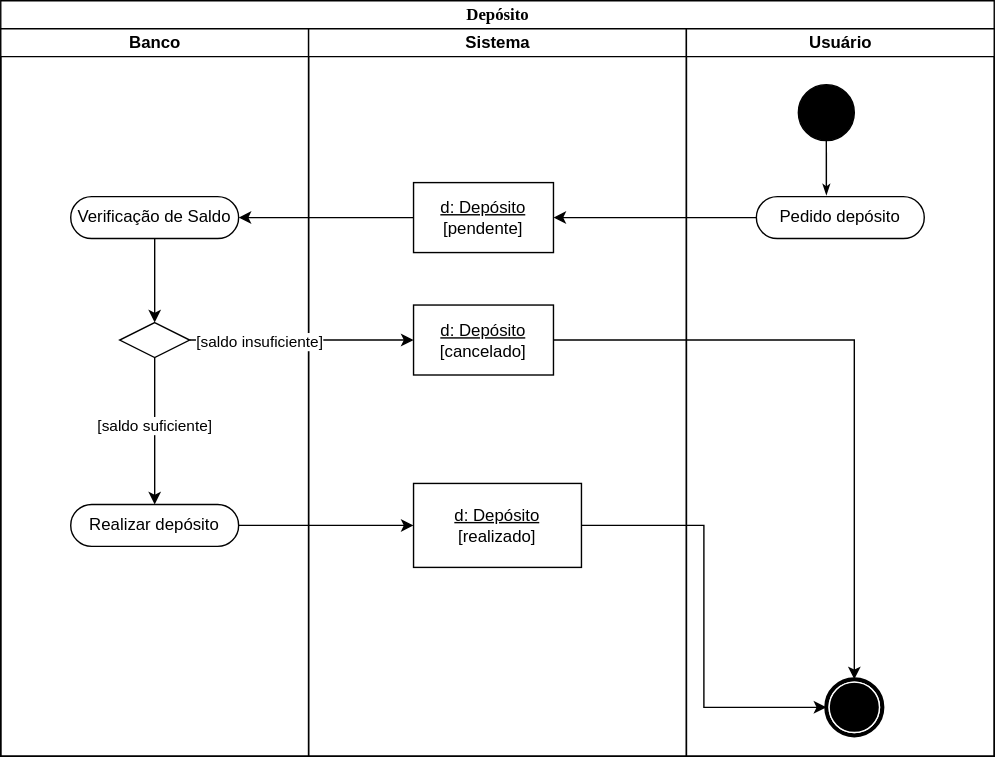
Before: Atividades/Atividade_3.svg, a diagram exported from draw.io (JesCat16/Projeto01_Modelagem_De_Software). Source tidied: cells renumbered, new cells last; positions are measured from the earlier drawing's top-left corner, leaving out a move shared by most shapes.
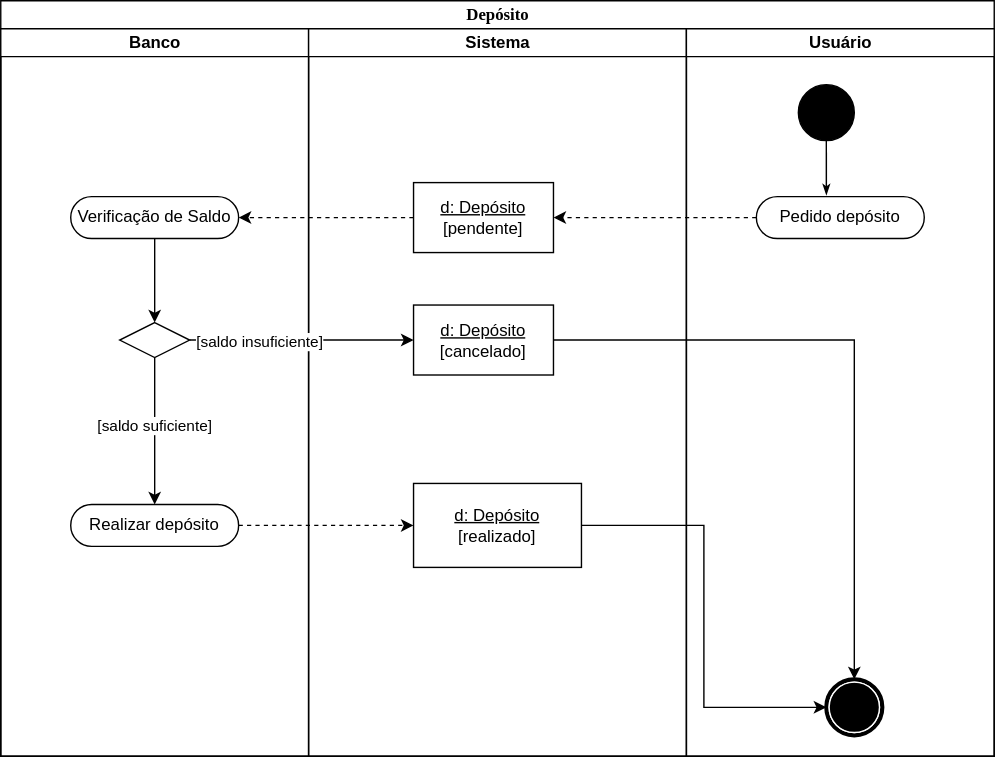
The same diagram one commit later.

Diff of the diagram source:
```diff
@@ -55,10 +55,10 @@
     <mxCell id="18" value="&lt;span style=&quot;font-weight: 400;&quot;&gt;Pedido depósito&lt;/span&gt;" style="html=1;shape=mxgraph.sysml.cont;fontStyle=1;whiteSpace=wrap;align=center;" parent="14" vertex="1">
       <mxGeometry x="50" y="120" width="120" height="30" as="geometry" />
     </mxCell>
-    <mxCell id="19" style="edgeStyle=orthogonalEdgeStyle;rounded=0;jettySize=auto;html=1;exitX=0;exitY=0.5;exitDx=0;exitDy=0;exitPerimeter=0;" parent="2" edge="1" source="18" target="11">
+    <mxCell id="19" style="edgeStyle=orthogonalEdgeStyle;rounded=0;jettySize=auto;html=1;exitX=0;exitY=0.5;exitDx=0;exitDy=0;exitPerimeter=0;dashed=1;" parent="2" edge="1" source="18" target="11">
       <mxGeometry relative="1" as="geometry" />
     </mxCell>
-    <mxCell id="20" style="edgeStyle=orthogonalEdgeStyle;rounded=0;jettySize=auto;html=1;exitX=0;exitY=0.5;exitDx=0;exitDy=0;entryX=1;entryY=0.5;entryDx=0;entryDy=0;entryPerimeter=0;" parent="2" edge="1" source="11" target="5">
+    <mxCell id="20" style="edgeStyle=orthogonalEdgeStyle;rounded=0;jettySize=auto;html=1;exitX=0;exitY=0.5;exitDx=0;exitDy=0;entryX=1;entryY=0.5;entryDx=0;entryDy=0;entryPerimeter=0;dashed=1;" parent="2" edge="1" source="11" target="5">
       <mxGeometry relative="1" as="geometry" />
     </mxCell>
     <mxCell id="21" style="edgeStyle=orthogonalEdgeStyle;rounded=0;jettySize=auto;html=1;exitX=1;exitY=0.5;exitDx=0;exitDy=0;" parent="2" edge="1" source="8" target="12">
@@ -72,7 +72,7 @@
     <mxCell id="23" style="edgeStyle=orthogonalEdgeStyle;rounded=0;jettySize=auto;html=1;entryX=0.5;entryY=0;entryDx=0;entryDy=0;" parent="2" edge="1" source="12" target="17">
       <mxGeometry relative="1" as="geometry" />
     </mxCell>
-    <mxCell id="24" style="edgeStyle=orthogonalEdgeStyle;rounded=0;jettySize=auto;html=1;" parent="2" edge="1" source="9" target="13">
+    <mxCell id="24" style="edgeStyle=orthogonalEdgeStyle;rounded=0;jettySize=auto;html=1;dashed=1;" parent="2" edge="1" source="9" target="13">
       <mxGeometry relative="1" as="geometry" />
     </mxCell>
     <mxCell id="25" style="edgeStyle=orthogonalEdgeStyle;rounded=0;jettySize=auto;html=1;exitX=1;exitY=0.5;exitDx=0;exitDy=0;entryX=0;entryY=0.5;entryDx=0;entryDy=0;" parent="2" edge="1" source="13" target="17">
```
